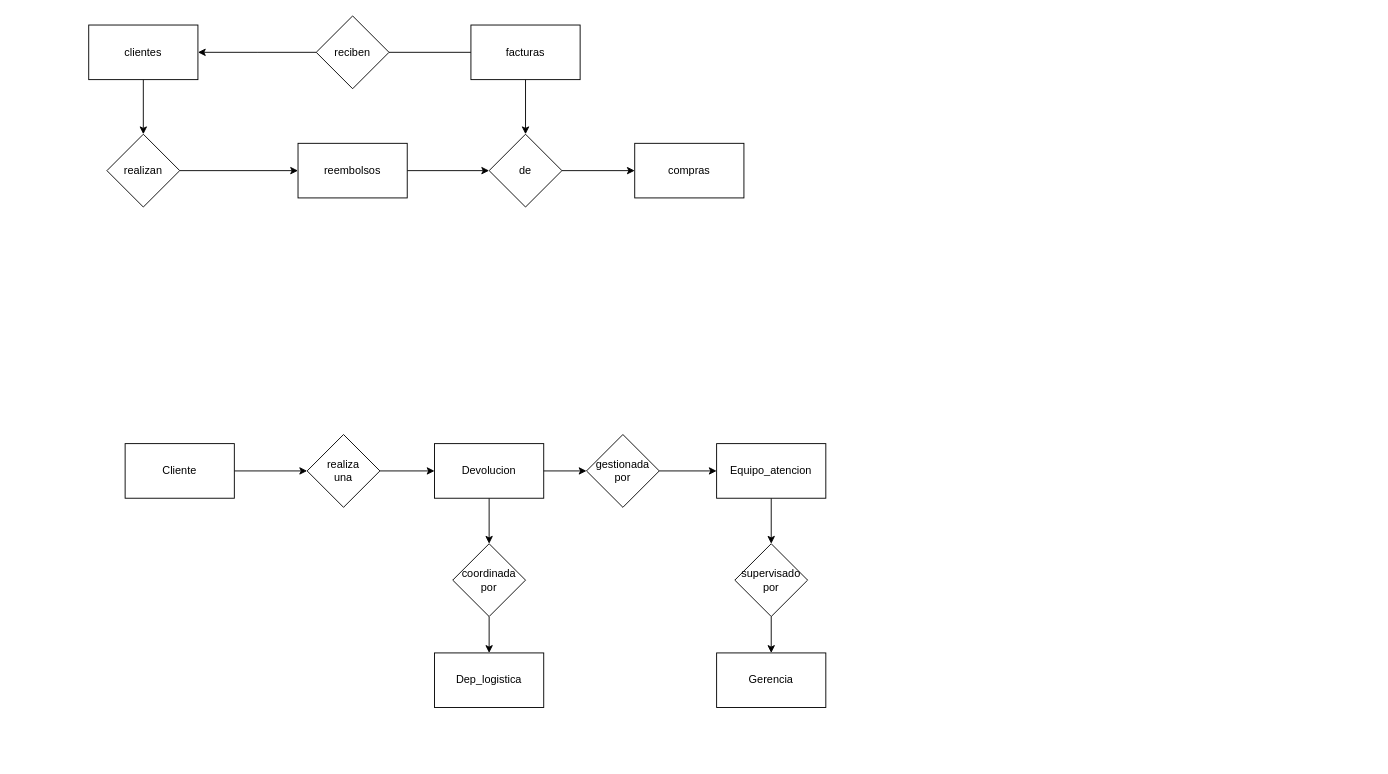
Earlier version of the draw.io diagram page "Página-2" (2 of 2) of automatizacion - ecommerce.drawio (AlbanyNVRodriguez/draw---diagrams). Source tidied: cells renumbered, new cells numbered last; positions are measured from the earlier drawing's top-left corner, leaving out a move shared by most shapes. Both pictures are drawn from the tidied source at 91%, with x=0, y=0 at pixel (88, 15).
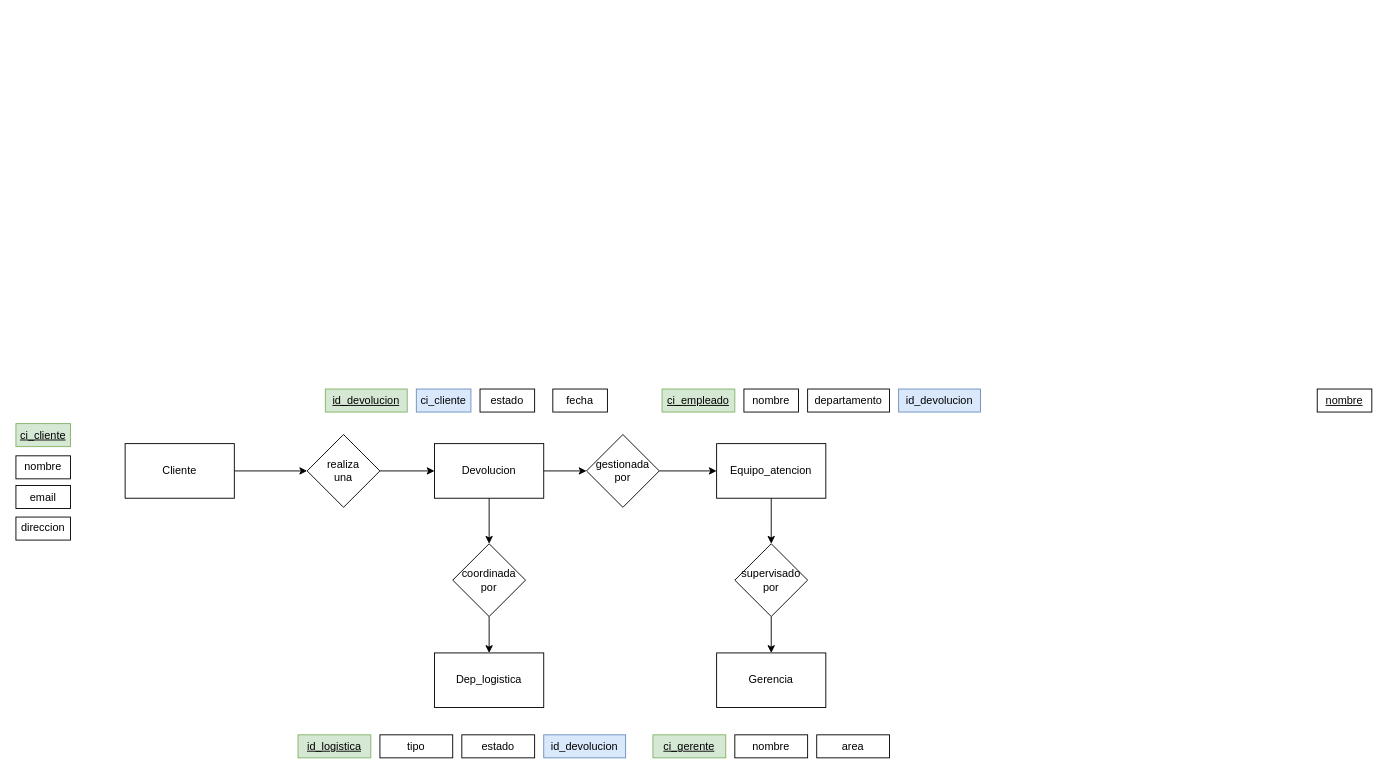
Above is the later version.

Change to the diagram source:
```diff
@@
-    <mxCell id="2" style="edgeStyle=orthogonalEdgeStyle;rounded=0;jettySize=auto;html=1;startArrow=classic;startFill=1;endArrow=none;endFill=0;" parent="1" edge="1" source="4">
-      <mxGeometry relative="1" as="geometry">
-        <mxPoint x="250" y="40" as="targetPoint" />
-      </mxGeometry>
-    </mxCell>
-    <mxCell id="3" style="edgeStyle=orthogonalEdgeStyle;rounded=0;jettySize=auto;html=1;" parent="1" edge="1" source="4" target="13">
-      <mxGeometry relative="1" as="geometry" />
-    </mxCell>
-    <mxCell id="4" value="clientes" style="rounded=0;whiteSpace=wrap;html=1;" parent="1" vertex="1">
-      <mxGeometry y="10" width="120" height="60" as="geometry" />
-    </mxCell>
-    <mxCell id="5" style="edgeStyle=orthogonalEdgeStyle;rounded=0;jettySize=auto;html=1;endArrow=none;endFill=0;" parent="1" edge="1" source="6" target="8">
-      <mxGeometry relative="1" as="geometry" />
-    </mxCell>
-    <mxCell id="6" value="reciben" style="rhombus;whiteSpace=wrap;html=1;" parent="1" vertex="1">
-      <mxGeometry x="250" width="80" height="80" as="geometry" />
-    </mxCell>
-    <mxCell id="7" style="edgeStyle=orthogonalEdgeStyle;rounded=0;jettySize=auto;html=1;" parent="1" edge="1" source="8" target="10">
-      <mxGeometry relative="1" as="geometry" />
-    </mxCell>
-    <mxCell id="8" value="facturas" style="rounded=0;whiteSpace=wrap;html=1;" parent="1" vertex="1">
-      <mxGeometry x="420" y="10" width="120" height="60" as="geometry" />
-    </mxCell>
-    <mxCell id="9" style="edgeStyle=orthogonalEdgeStyle;rounded=0;jettySize=auto;html=1;" parent="1" edge="1" source="10" target="11">
-      <mxGeometry relative="1" as="geometry" />
-    </mxCell>
-    <mxCell id="10" value="de" style="rhombus;whiteSpace=wrap;html=1;" parent="1" vertex="1">
-      <mxGeometry x="440" y="130" width="80" height="80" as="geometry" />
-    </mxCell>
-    <mxCell id="11" value="compras" style="rounded=0;whiteSpace=wrap;html=1;" parent="1" vertex="1">
-      <mxGeometry x="600" y="140" width="120" height="60" as="geometry" />
-    </mxCell>
-    <mxCell id="12" style="edgeStyle=orthogonalEdgeStyle;rounded=0;jettySize=auto;html=1;" parent="1" edge="1" source="13" target="15">
-      <mxGeometry relative="1" as="geometry" />
-    </mxCell>
-    <mxCell id="13" value="realizan" style="rhombus;whiteSpace=wrap;html=1;" parent="1" vertex="1">
-      <mxGeometry x="20" y="130" width="80" height="80" as="geometry" />
-    </mxCell>
-    <mxCell id="14" style="edgeStyle=orthogonalEdgeStyle;rounded=0;jettySize=auto;html=1;entryX=0;entryY=0.5;entryDx=0;entryDy=0;" parent="1" edge="1" source="15" target="10">
-      <mxGeometry relative="1" as="geometry" />
-    </mxCell>
-    <mxCell id="15" value="reembolsos" style="rounded=0;whiteSpace=wrap;html=1;" parent="1" vertex="1">
-      <mxGeometry x="230" y="140" width="120" height="60" as="geometry" />
-    </mxCell>
@@
+    <mxCell id="33" value="ci_cliente" style="rounded=0;whiteSpace=wrap;html=1;fontStyle=4;fillColor=#d5e8d4;strokeColor=#82b366;" parent="1" vertex="1">
+      <mxGeometry x="-80" y="448" width="60" height="25.3" as="geometry" />
+    </mxCell>
+    <mxCell id="34" value="nombre" style="rounded=0;whiteSpace=wrap;html=1;" parent="1" vertex="1">
+      <mxGeometry x="-80" y="483.4" width="60" height="25.3" as="geometry" />
+    </mxCell>
+    <mxCell id="35" value="email" style="rounded=0;whiteSpace=wrap;html=1;" parent="1" vertex="1">
+      <mxGeometry x="-80" y="516" width="60" height="25.3" as="geometry" />
+    </mxCell>
+    <mxCell id="36" value="direccion" style="rounded=0;whiteSpace=wrap;html=1;" parent="1" vertex="1">
+      <mxGeometry x="-80" y="550.7" width="60" height="25.3" as="geometry" />
+    </mxCell>
+    <mxCell id="37" value="id_devolucion" style="rounded=0;whiteSpace=wrap;html=1;fontStyle=4;fillColor=#d5e8d4;strokeColor=#82b366;" parent="1" vertex="1">
+      <mxGeometry x="260" y="410" width="90" height="25.3" as="geometry" />
+    </mxCell>
+    <mxCell id="38" value="fecha" style="rounded=0;whiteSpace=wrap;html=1;" parent="1" vertex="1">
+      <mxGeometry x="510" y="410" width="60" height="25.3" as="geometry" />
+    </mxCell>
+    <mxCell id="39" value="estado" style="rounded=0;whiteSpace=wrap;html=1;" parent="1" vertex="1">
+      <mxGeometry x="430" y="410" width="60" height="25.3" as="geometry" />
+    </mxCell>
+    <mxCell id="40" value="ci_empleado" style="rounded=0;whiteSpace=wrap;html=1;fontStyle=4;fillColor=#d5e8d4;strokeColor=#82b366;" parent="1" vertex="1">
+      <mxGeometry x="630" y="410" width="80" height="25.3" as="geometry" />
+    </mxCell>
+    <mxCell id="41" value="nombre" style="rounded=0;whiteSpace=wrap;html=1;" parent="1" vertex="1">
+      <mxGeometry x="720" y="410" width="60" height="25.3" as="geometry" />
+    </mxCell>
+    <mxCell id="42" value="departamento" style="rounded=0;whiteSpace=wrap;html=1;" parent="1" vertex="1">
+      <mxGeometry x="790" y="410" width="90" height="25.3" as="geometry" />
+    </mxCell>
+    <mxCell id="43" value="id_logistica" style="rounded=0;whiteSpace=wrap;html=1;fontStyle=4;fillColor=#d5e8d4;strokeColor=#82b366;" parent="1" vertex="1">
+      <mxGeometry x="230" y="790" width="80" height="25.3" as="geometry" />
+    </mxCell>
+    <mxCell id="44" value="tipo" style="rounded=0;whiteSpace=wrap;html=1;" parent="1" vertex="1">
+      <mxGeometry x="320" y="790" width="80" height="25.3" as="geometry" />
+    </mxCell>
+    <mxCell id="45" value="estado" style="rounded=0;whiteSpace=wrap;html=1;" parent="1" vertex="1">
+      <mxGeometry x="410" y="790" width="80" height="25.3" as="geometry" />
+    </mxCell>
+    <mxCell id="46" value="ci_gerente" style="rounded=0;whiteSpace=wrap;html=1;fontStyle=4;fillColor=#d5e8d4;strokeColor=#82b366;" parent="1" vertex="1">
+      <mxGeometry x="620" y="790" width="80" height="25.3" as="geometry" />
+    </mxCell>
+    <mxCell id="47" value="nombre" style="rounded=0;whiteSpace=wrap;html=1;" parent="1" vertex="1">
+      <mxGeometry x="710" y="790" width="80" height="25.3" as="geometry" />
+    </mxCell>
+    <mxCell id="48" value="area" style="rounded=0;whiteSpace=wrap;html=1;" parent="1" vertex="1">
+      <mxGeometry x="800" y="790" width="80" height="25.3" as="geometry" />
+    </mxCell>
+    <mxCell id="49" value="ci_cliente" style="rounded=0;whiteSpace=wrap;html=1;fillColor=#dae8fc;strokeColor=#6c8ebf;" parent="1" vertex="1">
+      <mxGeometry x="360" y="410" width="60" height="25.3" as="geometry" />
+    </mxCell>
+    <mxCell id="50" value="nombre" style="rounded=0;whiteSpace=wrap;html=1;fontStyle=4;" parent="1" vertex="1">
+      <mxGeometry x="1350" y="410" width="60" height="25.3" as="geometry" />
+    </mxCell>
+    <mxCell id="51" value="id_devolucion" style="rounded=0;whiteSpace=wrap;html=1;fontStyle=0;fillColor=#dae8fc;strokeColor=#6c8ebf;" parent="1" vertex="1">
+      <mxGeometry x="890" y="410" width="90" height="25.3" as="geometry" />
+    </mxCell>
+    <mxCell id="52" value="id_devolucion" style="rounded=0;whiteSpace=wrap;html=1;fontStyle=0;fillColor=#dae8fc;strokeColor=#6c8ebf;" parent="1" vertex="1">
+      <mxGeometry x="500" y="790" width="90" height="25.3" as="geometry" />
+    </mxCell>
```
